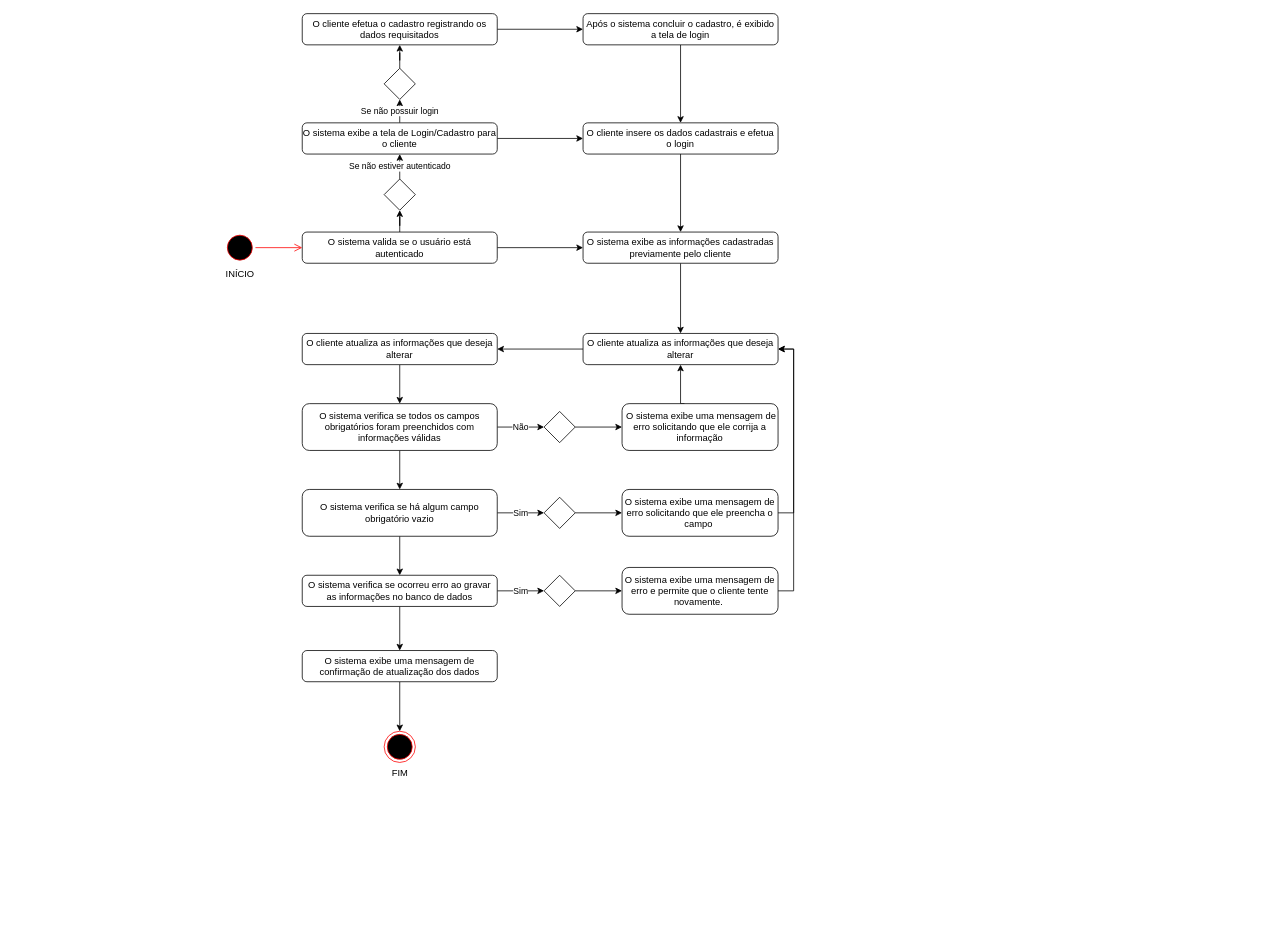
Earlier version of the draw.io diagram Diagramas de atividade/Caso de uso 03.drawio (d4vwdi/engenharia-software). Source tidied: cells renumbered, new cells numbered last; positions are measured from the earlier drawing's top-left corner, leaving out a move shared by most shapes. Both pictures are drawn from the tidied source at 78%, with x=0, y=0 at pixel (224, 13).
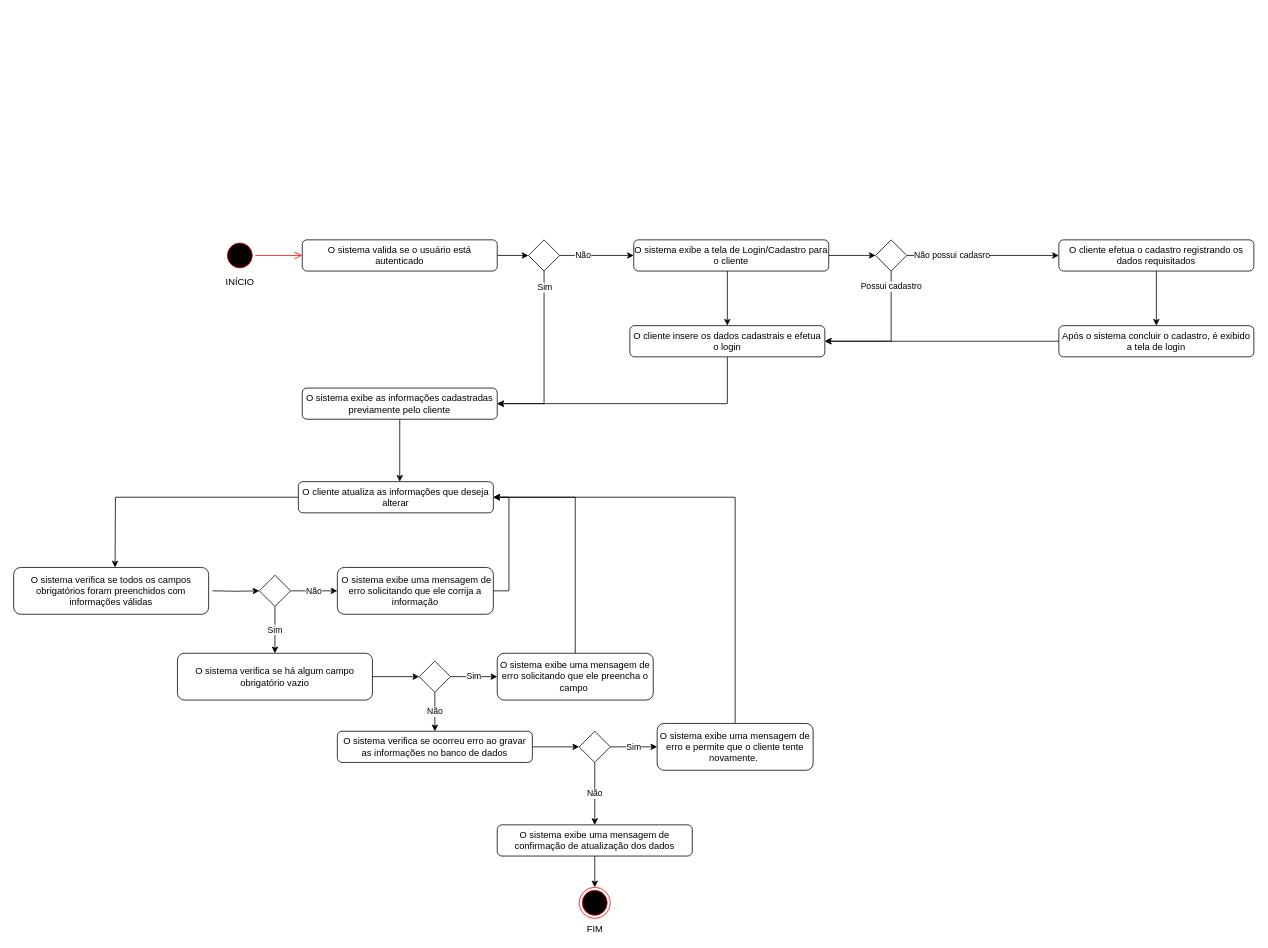
After the change.

Change to the diagram source:
```diff
@@
-    <mxCell id="2" style="edgeStyle=orthogonalEdgeStyle;rounded=0;jettySize=auto;html=1;entryX=0.5;entryY=1;entryDx=0;entryDy=0;" parent="1" edge="1" source="4" target="10">
+    <mxCell id="2" style="edgeStyle=orthogonalEdgeStyle;rounded=0;jettySize=auto;html=1;" parent="1" edge="1" source="4" target="10">
       <mxGeometry relative="1" as="geometry" />
     </mxCell>
-    <mxCell id="3" style="edgeStyle=orthogonalEdgeStyle;rounded=0;jettySize=auto;html=1;entryX=0;entryY=0.5;entryDx=0;entryDy=0;" parent="1" edge="1" source="4" target="8">
-      <mxGeometry relative="1" as="geometry" />
-    </mxCell>
     <mxCell id="4" value="O sistema valida se o usuário está autenticado" style="rounded=1;whiteSpace=wrap;html=1;" parent="1" vertex="1">
-      <mxGeometry x="100" y="280" width="250" height="40" as="geometry" />
+      <mxGeometry x="100" y="290" width="250" height="40" as="geometry" />
     </mxCell>
     <mxCell id="5" value="INÍCIO" style="ellipse;html=1;shape=startState;fillColor=#000000;strokeColor=#ff0000;labelPosition=center;verticalLabelPosition=bottom;align=center;verticalAlign=top;" parent="1" vertex="1">
-      <mxGeometry y="280" width="40" height="40" as="geometry" />
+      <mxGeometry y="290" width="40" height="40" as="geometry" />
     </mxCell>
@@
     <mxCell id="7" style="edgeStyle=orthogonalEdgeStyle;rounded=0;jettySize=auto;html=1;" parent="1" edge="1" source="8" target="23">
-      <mxGeometry relative="1" as="geometry" />
+      <mxGeometry relative="1" as="geometry">
+        <Array as="points">
+          <mxPoint x="225" y="600" />
+          <mxPoint x="225" y="600" />
+        </Array>
+      </mxGeometry>
     </mxCell>
     <mxCell id="8" value="O sistema exibe as informações cadastradas previamente pelo cliente" style="whiteSpace=wrap;html=1;rounded=1;" parent="1" vertex="1">
-      <mxGeometry x="460" y="280" width="250" height="40" as="geometry" />
+      <mxGeometry x="100" y="480" width="250" height="40" as="geometry" />
     </mxCell>
-    <mxCell id="9" value="Se não estiver autenticado" style="edgeStyle=orthogonalEdgeStyle;rounded=0;jettySize=auto;html=1;" parent="1" edge="1" source="10" target="13">
-      <mxGeometry relative="1" as="geometry" />
+    <mxCell id="9" value="Não" style="edgeStyle=orthogonalEdgeStyle;rounded=0;jettySize=auto;html=1;" parent="1" edge="1" source="10" target="13">
+      <mxGeometry x="-0.37" relative="1" as="geometry" />
     </mxCell>
+    <mxCell id="50" style="edgeStyle=orthogonalEdgeStyle;rounded=0;jettySize=auto;html=1;entryX=1;entryY=0.5;entryDx=0;entryDy=0;" parent="1" edge="1" source="10" target="8">
+      <mxGeometry relative="1" as="geometry">
+        <Array as="points">
+          <mxPoint x="410" y="500" />
+        </Array>
+      </mxGeometry>
+    </mxCell>
+    <mxCell id="51" value="Sim" style="edgeLabel;html=1;align=center;verticalAlign=middle;" parent="50" vertex="1">
+      <mxGeometry x="-0.75" y="-2" relative="1" as="geometry">
+        <mxPoint x="2" y="-9" as="offset" />
+      </mxGeometry>
+    </mxCell>
     <mxCell id="10" style="rhombus;whiteSpace=wrap;html=1;" parent="1" vertex="1">
-      <mxGeometry x="205" y="212" width="40" height="40" as="geometry" />
+      <mxGeometry x="390" y="290" width="40" height="40" as="geometry" />
     </mxCell>
     <mxCell id="11" style="edgeStyle=orthogonalEdgeStyle;rounded=0;jettySize=auto;html=1;" parent="1" edge="1" source="13" target="15">
-      <mxGeometry relative="1" as="geometry" />
+      <mxGeometry relative="1" as="geometry">
+        <Array as="points">
+          <mxPoint x="645" y="390" />
+          <mxPoint x="645" y="390" />
+        </Array>
+      </mxGeometry>
     </mxCell>
-    <mxCell id="12" value="Se não possuir login" style="edgeStyle=orthogonalEdgeStyle;rounded=0;jettySize=auto;html=1;" parent="1" edge="1" source="13" target="17">
+    <mxCell id="12" style="edgeStyle=orthogonalEdgeStyle;rounded=0;jettySize=auto;html=1;exitX=1;exitY=0.5;exitDx=0;exitDy=0;" parent="1" edge="1" source="13" target="17">
       <mxGeometry relative="1" as="geometry" />
     </mxCell>
     <mxCell id="13" value="O sistema exibe a tela de Login/Cadastro para o cliente" style="rounded=1;whiteSpace=wrap;html=1;" parent="1" vertex="1">
-      <mxGeometry x="100" y="140" width="250" height="40" as="geometry" />
+      <mxGeometry x="525" y="290" width="250" height="40" as="geometry" />
     </mxCell>
-    <mxCell id="14" style="edgeStyle=orthogonalEdgeStyle;rounded=0;jettySize=auto;html=1;entryX=0.5;entryY=0;entryDx=0;entryDy=0;" parent="1" edge="1" source="15" target="8">
+    <mxCell id="14" style="edgeStyle=orthogonalEdgeStyle;rounded=0;jettySize=auto;html=1;entryX=1;entryY=0.5;entryDx=0;entryDy=0;exitX=0.5;exitY=1;exitDx=0;exitDy=0;" parent="1" edge="1" source="15" target="8">
       <mxGeometry relative="1" as="geometry" />
     </mxCell>
     <mxCell id="15" value="O cliente insere os dados cadastrais e efetua o login" style="whiteSpace=wrap;html=1;rounded=1;" parent="1" vertex="1">
-      <mxGeometry x="460" y="140" width="250" height="40" as="geometry" />
+      <mxGeometry x="520" y="400" width="250" height="40" as="geometry" />
     </mxCell>
-    <mxCell id="16" style="edgeStyle=orthogonalEdgeStyle;rounded=0;jettySize=auto;html=1;" parent="1" edge="1" source="17" target="19">
-      <mxGeometry relative="1" as="geometry" />
+    <mxCell id="16" value="Não possui cadasro" style="edgeStyle=orthogonalEdgeStyle;rounded=0;jettySize=auto;html=1;" parent="1" edge="1" source="17" target="19">
+      <mxGeometry x="-0.41" relative="1" as="geometry" />
     </mxCell>
+    <mxCell id="52" value="Possui cadastro" style="edgeStyle=orthogonalEdgeStyle;rounded=0;jettySize=auto;html=1;entryX=1;entryY=0.5;entryDx=0;entryDy=0;" parent="1" edge="1" source="17" target="15">
+      <mxGeometry x="-0.77" relative="1" as="geometry">
+        <Array as="points">
+          <mxPoint x="855" y="420" />
+        </Array>
+      </mxGeometry>
+    </mxCell>
     <mxCell id="17" style="rhombus;whiteSpace=wrap;html=1;" parent="1" vertex="1">
-      <mxGeometry x="205" y="70" width="40" height="40" as="geometry" />
+      <mxGeometry x="835" y="290" width="40" height="40" as="geometry" />
     </mxCell>
@@
     <mxCell id="19" value="O cliente efetua o cadastro registrando os dados requisitados" style="rounded=1;whiteSpace=wrap;html=1;" parent="1" vertex="1">
-      <mxGeometry x="100" width="250" height="40" as="geometry" />
+      <mxGeometry x="1070" y="290" width="250" height="40" as="geometry" />
     </mxCell>
-    <mxCell id="20" style="edgeStyle=orthogonalEdgeStyle;rounded=0;jettySize=auto;html=1;" parent="1" edge="1" source="21" target="15">
-      <mxGeometry relative="1" as="geometry" />
+    <mxCell id="20" style="edgeStyle=orthogonalEdgeStyle;rounded=0;jettySize=auto;html=1;entryX=1;entryY=0.5;entryDx=0;entryDy=0;" parent="1" edge="1" source="21" target="15">
+      <mxGeometry relative="1" as="geometry">
+        <Array as="points">
+          <mxPoint x="850" y="420" />
+          <mxPoint x="850" y="420" />
+        </Array>
+      </mxGeometry>
     </mxCell>
     <mxCell id="21" value="Após o sistema concluir o cadastro, é exibido a tela de login" style="whiteSpace=wrap;html=1;rounded=1;" parent="1" vertex="1">
-      <mxGeometry x="460" width="250" height="40" as="geometry" />
+      <mxGeometry x="1070" y="400" width="250" height="40" as="geometry" />
     </mxCell>
-    <mxCell id="22" style="edgeStyle=orthogonalEdgeStyle;rounded=0;jettySize=auto;html=1;" parent="1" edge="1" source="23" target="25">
-      <mxGeometry relative="1" as="geometry" />
+    <mxCell id="22" style="edgeStyle=orthogonalEdgeStyle;rounded=0;jettySize=auto;html=1;entryX=0.5;entryY=0;entryDx=0;entryDy=0;" parent="1" edge="1" source="23">
+      <mxGeometry relative="1" as="geometry">
+        <mxPoint x="-140" y="710" as="targetPoint" />
+      </mxGeometry>
     </mxCell>
     <mxCell id="23" value="O cliente atualiza as informações que deseja alterar" style="whiteSpace=wrap;html=1;rounded=1;" parent="1" vertex="1">
-      <mxGeometry x="460" y="410" width="250" height="40" as="geometry" />
+      <mxGeometry x="95" y="600" width="250" height="40" as="geometry" />
     </mxCell>
-    <mxCell id="24" style="edgeStyle=orthogonalEdgeStyle;rounded=0;jettySize=auto;html=1;" parent="1" edge="1" source="25" target="39">
-      <mxGeometry relative="1" as="geometry" />
-    </mxCell>
-    <mxCell id="25" value="O cliente atualiza as informações que deseja alterar" style="whiteSpace=wrap;html=1;rounded=1;" parent="1" vertex="1">
-      <mxGeometry x="100" y="410" width="250" height="40" as="geometry" />
-    </mxCell>
-    <mxCell id="26" value="Sim" style="edgeStyle=orthogonalEdgeStyle;rounded=0;jettySize=auto;html=1;" parent="1" edge="1" source="28" target="45">
+    <mxCell id="26" style="edgeStyle=orthogonalEdgeStyle;rounded=0;jettySize=auto;html=1;" parent="1" edge="1" source="28" target="45">
       <mxGeometry relative="1" as="geometry" />
     </mxCell>
-    <mxCell id="27" style="edgeStyle=orthogonalEdgeStyle;rounded=0;jettySize=auto;html=1;" parent="1" edge="1" source="28" target="49">
-      <mxGeometry relative="1" as="geometry" />
-    </mxCell>
     <mxCell id="28" value="O sistema verifica se ocorreu erro ao gravar as informações no banco de dados" style="whiteSpace=wrap;html=1;rounded=1;" parent="1" vertex="1">
-      <mxGeometry x="100" y="720" width="250" height="40" as="geometry" />
+      <mxGeometry x="145" y="920" width="250" height="40" as="geometry" />
     </mxCell>
     <mxCell id="29" value="FIM" style="ellipse;html=1;shape=endState;fillColor=#000000;strokeColor=#ff0000;labelPosition=center;verticalLabelPosition=bottom;align=center;verticalAlign=top;" parent="1" vertex="1">
-      <mxGeometry x="205" y="920" width="40" height="40" as="geometry" />
+      <mxGeometry x="455" y="1120" width="40" height="40" as="geometry" />
     </mxCell>
-    <mxCell id="30" value="Sim" style="edgeStyle=orthogonalEdgeStyle;rounded=0;jettySize=auto;html=1;" parent="1" edge="1" source="32" target="34">
-      <mxGeometry relative="1" as="geometry">
-        <Array as="points">
-          <mxPoint x="390" y="640" />
-          <mxPoint x="390" y="640" />
-        </Array>
-      </mxGeometry>
+    <mxCell id="30" style="edgeStyle=orthogonalEdgeStyle;rounded=0;jettySize=auto;html=1;" parent="1" edge="1" source="32" target="34">
+      <mxGeometry relative="1" as="geometry" />
     </mxCell>
-    <mxCell id="31" style="edgeStyle=orthogonalEdgeStyle;rounded=0;jettySize=auto;html=1;" parent="1" edge="1" source="32" target="28">
-      <mxGeometry relative="1" as="geometry" />
-    </mxCell>
     <mxCell id="32" value="O sistema verifica se há algum campo obrigatório vazio" style="whiteSpace=wrap;html=1;rounded=1;" parent="1" vertex="1">
-      <mxGeometry x="100" y="610" width="250" height="60" as="geometry" />
+      <mxGeometry x="-60" y="820" width="250" height="60" as="geometry" />
     </mxCell>
-    <mxCell id="33" style="edgeStyle=orthogonalEdgeStyle;rounded=0;jettySize=auto;html=1;" parent="1" edge="1" source="34" target="36">
+    <mxCell id="33" value="Sim" style="edgeStyle=orthogonalEdgeStyle;rounded=0;jettySize=auto;html=1;" parent="1" edge="1" source="34" target="36">
       <mxGeometry relative="1" as="geometry" />
     </mxCell>
+    <mxCell id="53" value="Não" style="edgeStyle=orthogonalEdgeStyle;rounded=0;jettySize=auto;html=1;" parent="1" edge="1" source="34" target="28">
+      <mxGeometry relative="1" as="geometry" />
+    </mxCell>
     <mxCell id="34" style="rhombus;whiteSpace=wrap;html=1;" parent="1" vertex="1">
-      <mxGeometry x="410" y="620" width="40" height="40" as="geometry" />
+      <mxGeometry x="250" y="830" width="40" height="40" as="geometry" />
     </mxCell>
-    <mxCell id="35" style="edgeStyle=orthogonalEdgeStyle;rounded=0;jettySize=auto;html=1;entryX=1;entryY=0.5;entryDx=0;entryDy=0;exitX=1;exitY=0.5;exitDx=0;exitDy=0;" parent="1" edge="1" source="36" target="23">
+    <mxCell id="35" style="edgeStyle=orthogonalEdgeStyle;rounded=0;jettySize=auto;html=1;entryX=1;entryY=0.5;entryDx=0;entryDy=0;exitX=0.5;exitY=0;exitDx=0;exitDy=0;" parent="1" edge="1" source="36" target="23">
       <mxGeometry relative="1" as="geometry" />
     </mxCell>
     <mxCell id="36" value="O sistema exibe uma mensagem de erro solicitando que ele preencha o campo&amp;nbsp;" style="rounded=1;whiteSpace=wrap;html=1;" parent="1" vertex="1">
-      <mxGeometry x="510" y="610" width="200" height="60" as="geometry" />
+      <mxGeometry x="350" y="820" width="200" height="60" as="geometry" />
     </mxCell>
-    <mxCell id="37" style="edgeStyle=orthogonalEdgeStyle;rounded=0;jettySize=auto;html=1;" parent="1" edge="1" source="39" target="32">
-      <mxGeometry relative="1" as="geometry" />
-    </mxCell>
-    <mxCell id="38" value="Não" style="edgeStyle=orthogonalEdgeStyle;rounded=0;jettySize=auto;html=1;" parent="1" edge="1" source="39" target="41">
-      <mxGeometry relative="1" as="geometry" />
-    </mxCell>
+    <mxCell id="54" style="edgeStyle=orthogonalEdgeStyle;rounded=0;jettySize=auto;html=1;" parent="1" edge="1" target="41">
+      <mxGeometry relative="1" as="geometry">
+        <mxPoint x="-15" y="740" as="sourcePoint" />
+      </mxGeometry>
+    </mxCell>
     <mxCell id="39" value="O sistema verifica se todos os campos obrigatórios foram preenchidos com informações válidas" style="whiteSpace=wrap;html=1;rounded=1;" parent="1" vertex="1">
-      <mxGeometry x="100" y="500" width="250" height="60" as="geometry" />
+      <mxGeometry x="-270" y="710" width="250" height="60" as="geometry" />
     </mxCell>
+    <mxCell id="55" value="Sim" style="edgeStyle=orthogonalEdgeStyle;rounded=0;jettySize=auto;html=1;" parent="1" edge="1" source="41" target="32">
+      <mxGeometry relative="1" as="geometry" />
+    </mxCell>
-    <mxCell id="40" style="edgeStyle=orthogonalEdgeStyle;rounded=0;jettySize=auto;html=1;" parent="1" edge="1" source="41" target="43">
+    <mxCell id="40" value="Não" style="edgeStyle=orthogonalEdgeStyle;rounded=0;jettySize=auto;html=1;" parent="1" edge="1" source="41" target="43">
       <mxGeometry relative="1" as="geometry" />
     </mxCell>
     <mxCell id="41" style="rhombus;whiteSpace=wrap;html=1;" parent="1" vertex="1">
-      <mxGeometry x="410" y="510" width="40" height="40" as="geometry" />
+      <mxGeometry x="45" y="720" width="40" height="40" as="geometry" />
     </mxCell>
-    <mxCell id="42" style="edgeStyle=orthogonalEdgeStyle;rounded=0;jettySize=auto;html=1;exitX=0.4;exitY=0;exitDx=0;exitDy=0;exitPerimeter=0;" parent="1" edge="1" source="43" target="23">
-      <mxGeometry relative="1" as="geometry">
-        <Array as="points">
-          <mxPoint x="585" y="500" />
-        </Array>
-      </mxGeometry>
+    <mxCell id="42" style="edgeStyle=orthogonalEdgeStyle;rounded=0;jettySize=auto;html=1;entryX=1;entryY=0.5;entryDx=0;entryDy=0;exitX=1;exitY=0.5;exitDx=0;exitDy=0;" parent="1" edge="1" source="43" target="23">
+      <mxGeometry relative="1" as="geometry" />
     </mxCell>
     <mxCell id="43" value="&amp;nbsp;O sistema exibe uma mensagem de erro solicitando que ele corrija a informação" style="rounded=1;whiteSpace=wrap;html=1;" parent="1" vertex="1">
-      <mxGeometry x="510" y="500" width="200" height="60" as="geometry" />
+      <mxGeometry x="145" y="710" width="200" height="60" as="geometry" />
     </mxCell>
-    <mxCell id="44" style="edgeStyle=orthogonalEdgeStyle;rounded=0;jettySize=auto;html=1;" parent="1" edge="1" source="45" target="47">
+    <mxCell id="44" value="Sim" style="edgeStyle=orthogonalEdgeStyle;rounded=0;jettySize=auto;html=1;" parent="1" edge="1" source="45" target="47">
       <mxGeometry relative="1" as="geometry" />
     </mxCell>
+    <mxCell id="56" value="Não" style="edgeStyle=orthogonalEdgeStyle;rounded=0;jettySize=auto;html=1;" parent="1" edge="1" source="45" target="49">
+      <mxGeometry relative="1" as="geometry" />
+    </mxCell>
     <mxCell id="45" style="rhombus;whiteSpace=wrap;html=1;" parent="1" vertex="1">
-      <mxGeometry x="410" y="720" width="40" height="40" as="geometry" />
+      <mxGeometry x="455" y="920" width="40" height="40" as="geometry" />
     </mxCell>
-    <mxCell id="46" style="edgeStyle=orthogonalEdgeStyle;rounded=0;jettySize=auto;html=1;entryX=1;entryY=0.5;entryDx=0;entryDy=0;exitX=1;exitY=0.5;exitDx=0;exitDy=0;" parent="1" edge="1" source="47" target="23">
+    <mxCell id="46" style="edgeStyle=orthogonalEdgeStyle;rounded=0;jettySize=auto;html=1;entryX=1;entryY=0.5;entryDx=0;entryDy=0;exitX=0.5;exitY=0;exitDx=0;exitDy=0;" parent="1" edge="1" source="47" target="23">
       <mxGeometry relative="1" as="geometry" />
     </mxCell>
     <mxCell id="47" value="O sistema exibe uma mensagem de erro e permite que o cliente tente novamente.&amp;nbsp;" style="rounded=1;whiteSpace=wrap;html=1;" parent="1" vertex="1">
-      <mxGeometry x="510" y="710" width="200" height="60" as="geometry" />
+      <mxGeometry x="555" y="910" width="200" height="60" as="geometry" />
     </mxCell>
@@
     <mxCell id="49" value="O sistema exibe uma mensagem de confirmação de atualização dos dados" style="whiteSpace=wrap;html=1;rounded=1;" parent="1" vertex="1">
-      <mxGeometry x="100" y="816.5" width="250" height="40" as="geometry" />
+      <mxGeometry x="350" y="1040" width="250" height="40" as="geometry" />
     </mxCell>
```
